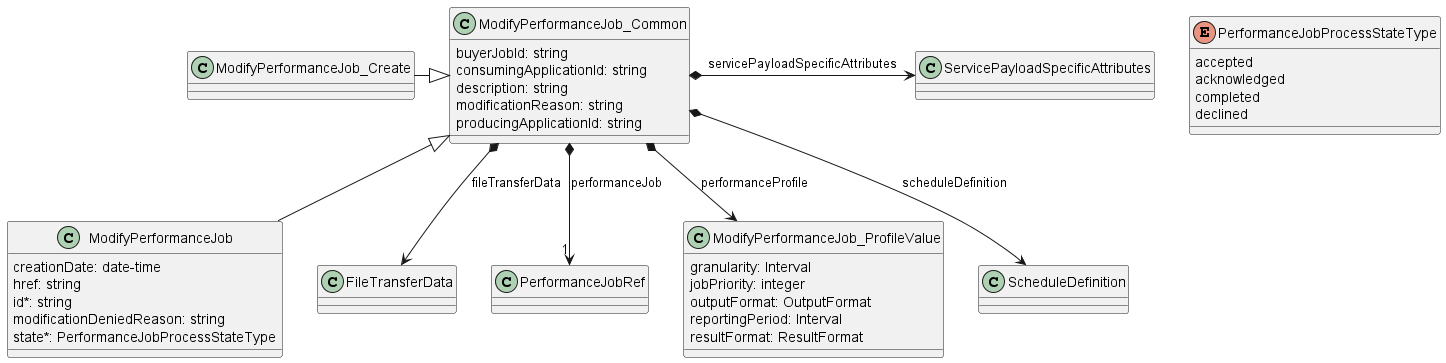
The PlantUML diagram documentation/serviceApi/pm/performance/media/modifyPerformanceJobModel.png in MEF-GIT/MEF-LSO-Legato-SDK, before a commit.
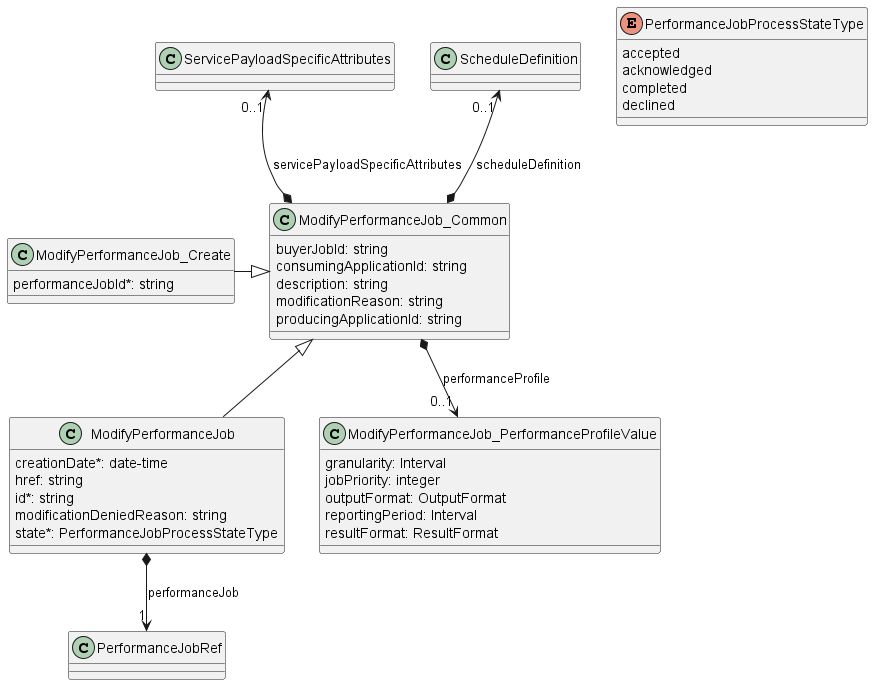
After the change.

The edit, as a diff of the source:
```diff
@@ -2,7 +2,7 @@
 
 class ModifyPerformanceJob {
 
-    creationDate: date-time
+    creationDate*: date-time
     href: string
     id*: string
     modificationDeniedReason: string
@@ -19,18 +19,19 @@
     producingApplicationId: string
 }
 
-ModifyPerformanceJob_Common *--> FileTransferData : fileTransferData
-ModifyPerformanceJob_Common *-->"1" PerformanceJobRef : performanceJob
-ModifyPerformanceJob_Common *--> ModifyPerformanceJob_ProfileValue : performanceProfile
-ModifyPerformanceJob_Common *--> ScheduleDefinition : scheduleDefinition
-ModifyPerformanceJob_Common *-r-> ServicePayloadSpecificAttributes : servicePayloadSpecificAttributes
+ModifyPerformanceJob_Common *-->"0..1" ModifyPerformanceJob_PerformanceProfileValue : performanceProfile
+ModifyPerformanceJob_Common *-u->"0..1" ScheduleDefinition : scheduleDefinition
+ModifyPerformanceJob_Common *-u->"0..1" ServicePayloadSpecificAttributes : servicePayloadSpecificAttributes
+
+ModifyPerformanceJob *-d->"1" PerformanceJobRef : performanceJob
 
 class ModifyPerformanceJob_Create {
+    performanceJobId*: string
 
 }
 ModifyPerformanceJob_Common <|-l- ModifyPerformanceJob_Create
 
-class ModifyPerformanceJob_ProfileValue {
+class ModifyPerformanceJob_PerformanceProfileValue {
 
     granularity: Interval
     jobPriority: integer
```
